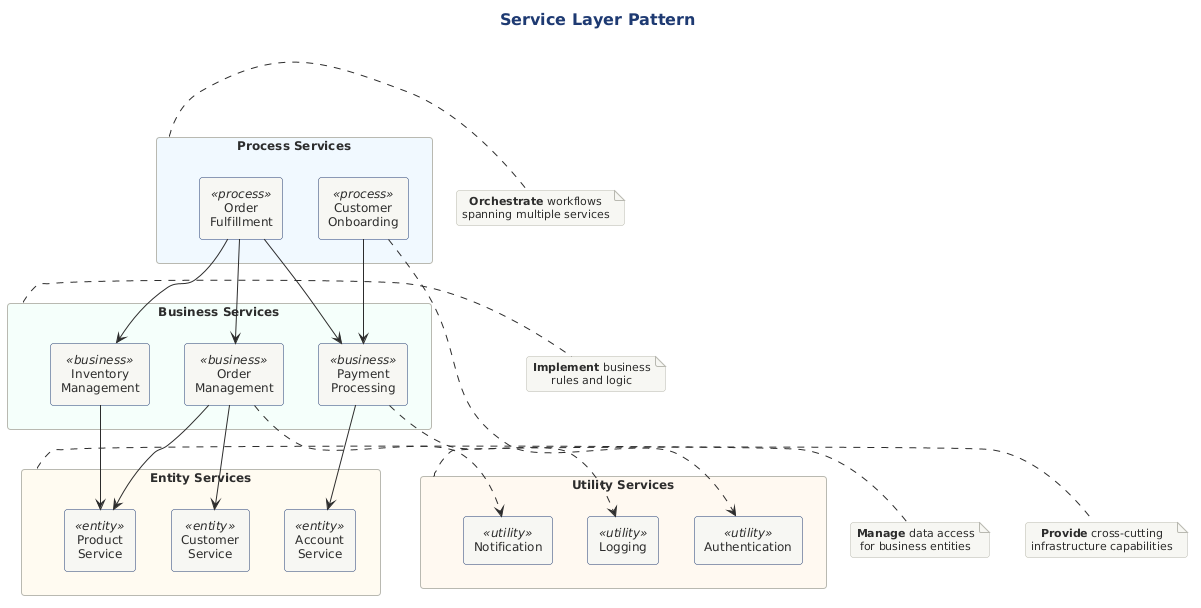
This is src/architecture/views-and-beyond/style-catalogs/component-and-connector/service-oriented-architecture-style/png/service-layer-pattern.png from Notoriousjayy/latex-docs, a PlantUML export, as it was before one commit.
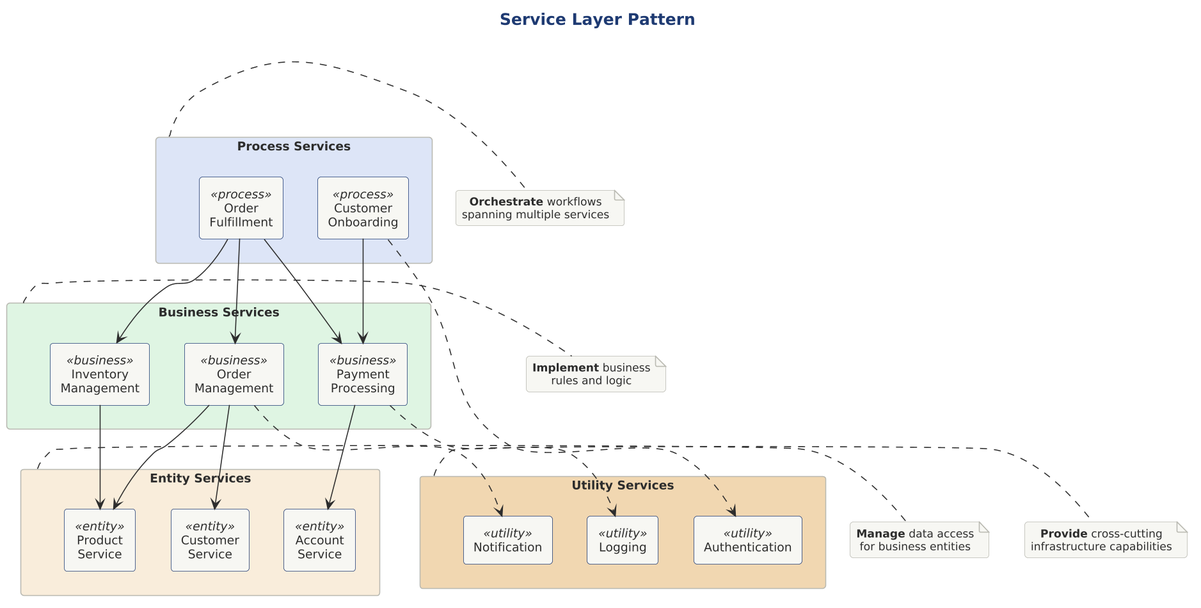
The same file after the commit.

The edit, as a diff of the source:
```diff
@@ -1,32 +1,36 @@
 @startuml service-layer-pattern
+
+skinparam dpi 150
+
+
+
 !include ../../../../../../tooling/styles/plantuml/structural/component-diagram-style.iuml
 
-!define PROCESS #4A90A4
-!define BUSINESS #5BA0B4
-!define ENTITY #6CB0C4
-!define UTILITY #E8A838
-
+!define PROCESS $line_dynamic
+!define BUSINESS $line_dynamic
+!define ENTITY $line_dynamic
+!define UTILITY $line_caution
 
 title Service Layer Pattern
 
-rectangle "Process Services" as proclayer #F0F8FF {
+rectangle "Process Services" as proclayer $fill_primary {
     component "Order\nFulfillment" as fulfill <<process>>
     component "Customer\nOnboarding" as onboard <<process>>
 }
 
-rectangle "Business Services" as bizlayer #F5FFFA {
+rectangle "Business Services" as bizlayer $fill_ok {
     component "Order\nManagement" as ordermgmt <<business>>
     component "Payment\nProcessing" as payment <<business>>
     component "Inventory\nManagement" as inventory <<business>>
 }
 
-rectangle "Entity Services" as entitylayer #FFFAF0 {
+rectangle "Entity Services" as entitylayer $fill_caution {
     component "Customer\nService" as customer <<entity>>
     component "Product\nService" as product <<entity>>
     component "Account\nService" as account <<entity>>
 }
 
-rectangle "Utility Services" as utilitylayer #FFF8F0 {
+rectangle "Utility Services" as utilitylayer $deep_caution {
     component "Notification" as notify <<utility>>
     component "Logging" as logging <<utility>>
     component "Authentication" as auth <<utility>>
```
